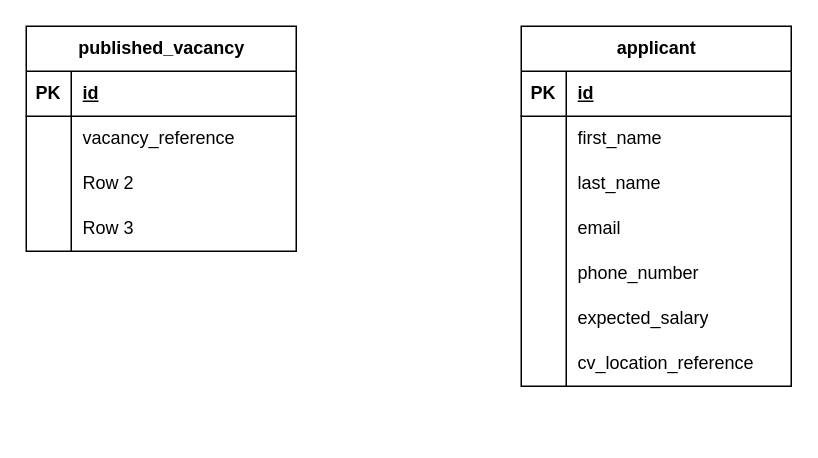
The draw.io diagram design/vacancy_microservice_er.drawio in peguses/education, before the edit. Source tidied: cells renumbered, new cells numbered last; positions are measured from the earlier drawing's top-left corner, leaving out a move shared by most shapes. Both pictures are drawn from the tidied source at 150%, with x=0, y=0 at pixel (26, 26).
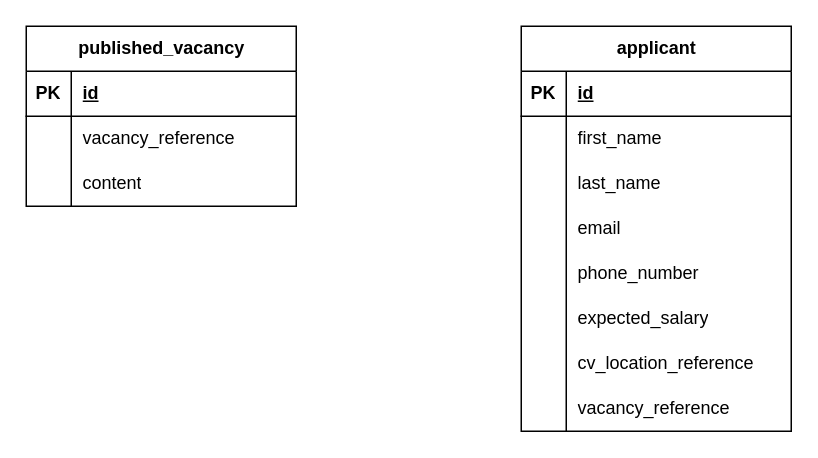
The same page after the edit.

The change refers to these unchanged cells:
```xml
<mxCell id="9" style="shape=tableRow;horizontal=0;startSize=0;swimlaneHead=0;swimlaneBody=0;fillColor=none;top=0;left=0;right=0;bottom=0;" parent="2" vertex="1">
  <mxGeometry y="90" width="180" height="30" as="geometry" />
</mxCell>
```

Diff of the diagram source:
```diff
@@
     <mxCell id="2" value="published_vacancy" style="shape=table;startSize=30;childLayout=tableLayout;rowLines=0;fontStyle=1;align=center;html=1;" parent="1" vertex="1">
-      <mxGeometry width="180" height="150" as="geometry" />
+      <mxGeometry width="180" height="120" as="geometry" />
     </mxCell>
@@
-    <mxCell id="11" value="Row 2" style="shape=partialRectangle;fillColor=none;top=0;left=0;bottom=0;right=0;align=left;spacingLeft=6;overflow=hidden;whiteSpace=wrap;html=1;" parent="9" vertex="1">
+    <mxCell id="11" value="content" style="shape=partialRectangle;fillColor=none;top=0;left=0;bottom=0;right=0;align=left;spacingLeft=6;overflow=hidden;whiteSpace=wrap;html=1;" parent="9" vertex="1">
       <mxGeometry x="30" width="150" height="30" as="geometry" />
     </mxCell>
-    <mxCell id="12" style="shape=tableRow;horizontal=0;startSize=0;swimlaneHead=0;swimlaneBody=0;fillColor=none;top=0;left=0;right=0;bottom=0;" parent="2" vertex="1">
-      <mxGeometry y="120" width="180" height="30" as="geometry" />
-    </mxCell>
-    <mxCell id="13" style="shape=partialRectangle;fillColor=none;top=0;left=0;bottom=0;right=0;overflow=hidden;whiteSpace=wrap;html=1;" parent="12" vertex="1">
-      <mxGeometry width="30" height="30" as="geometry" />
-    </mxCell>
-    <mxCell id="14" value="Row 3" style="shape=partialRectangle;fillColor=none;top=0;left=0;bottom=0;right=0;align=left;spacingLeft=6;overflow=hidden;whiteSpace=wrap;html=1;" parent="12" vertex="1">
-      <mxGeometry x="30" width="150" height="30" as="geometry" />
-    </mxCell>
     <mxCell id="15" value="applicant" style="shape=table;startSize=30;childLayout=tableLayout;rowLines=0;fontStyle=1;align=center;html=1;" parent="1" vertex="1">
-      <mxGeometry x="330" width="180" height="240" as="geometry" />
+      <mxGeometry x="330" width="180" height="270" as="geometry" />
     </mxCell>
@@
+    <mxCell id="37" style="shape=tableRow;horizontal=0;startSize=0;swimlaneHead=0;swimlaneBody=0;fillColor=none;top=0;left=0;right=0;bottom=0;" parent="15" vertex="1">
+      <mxGeometry y="240" width="180" height="30" as="geometry" />
+    </mxCell>
+    <mxCell id="13" style="shape=partialRectangle;fillColor=none;top=0;left=0;bottom=0;right=0;overflow=hidden;whiteSpace=wrap;html=1;" parent="37" vertex="1">
+      <mxGeometry width="30" height="30" as="geometry" />
+    </mxCell>
+    <mxCell id="38" value="vacancy_reference" style="shape=partialRectangle;fillColor=none;top=0;left=0;bottom=0;right=0;align=left;spacingLeft=6;overflow=hidden;whiteSpace=wrap;html=1;" parent="37" vertex="1">
+      <mxGeometry x="30" width="150" height="30" as="geometry" />
+    </mxCell>
```
